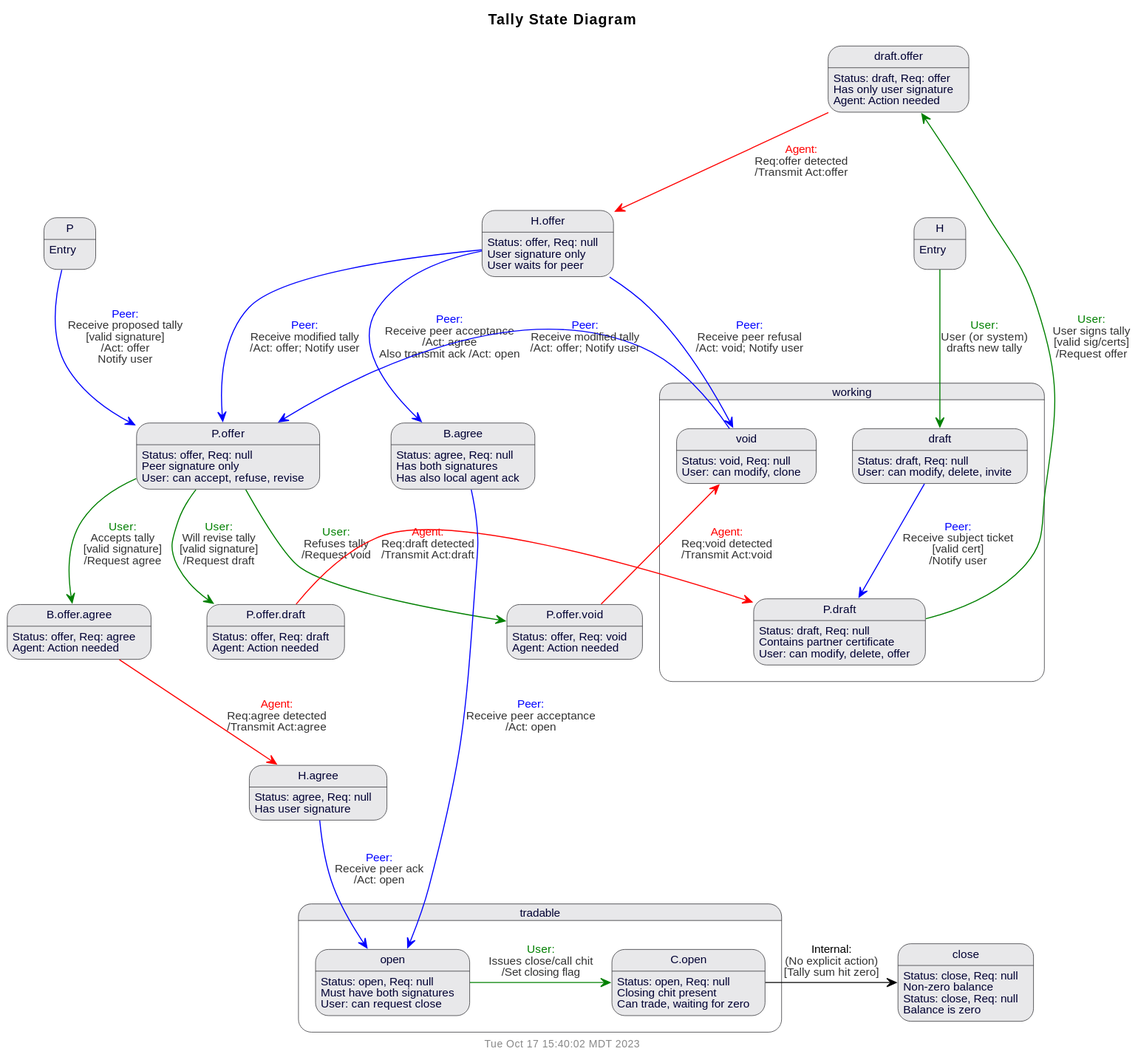
Before: doc/uml/state-tally.svg, a diagram exported from PlantUML (gotchoices/MyCHIPs).
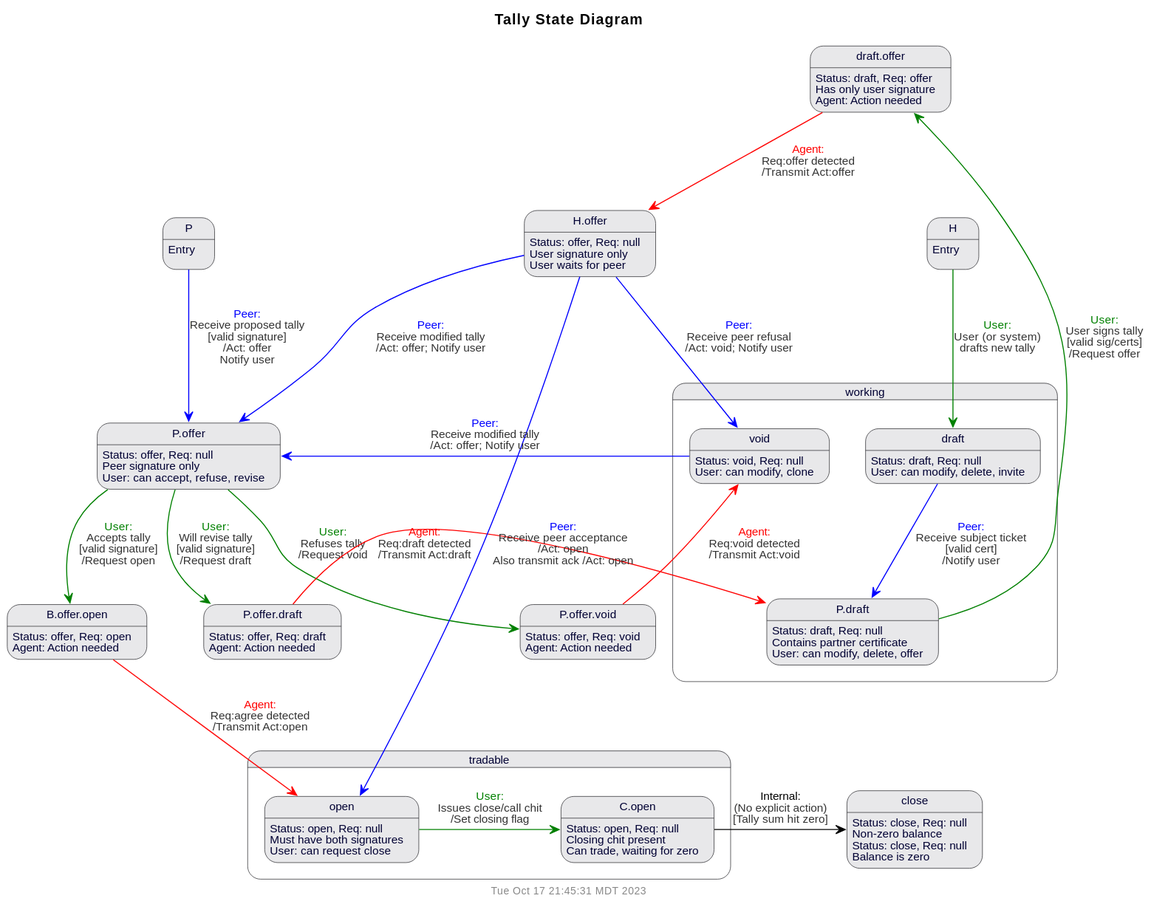
After the commit.

Commit message:
Revert to not use agree phase anymore

What changed in the source:
```diff
@@ -4,7 +4,7 @@
 $title(Tally State Diagram)
 state "P.offer.void" as pOfferVoid
 state "P.offer.draft" as pOfferDraft
-state "B.offer.agree" as BOfferAgree
+state "B.offer.open" as BOfferOpen
 state "draft.offer" as draftOffer
 state working {
   state "P.draft" as pDraft
@@ -17,8 +17,6 @@
 }
 state "P.offer" as pOffer
 state "H.offer" as hOffer
-state "H.agree" as hAgree
-state "B.agree" as bAgree
 state "close" as close
 
 P : Entry
@@ -29,8 +27,8 @@
 pOfferDraft : Status: offer, Req: draft
 pOfferDraft : Agent: Action needed
 
-BOfferAgree : Status: offer, Req: agree
-BOfferAgree : Agent: Action needed
+BOfferOpen : Status: offer, Req: open
+BOfferOpen : Agent: Action needed
 
 draft : Status: draft, Req: null
 draft : User: can modify, delete, invite
@@ -54,12 +52,7 @@
 hOffer : User signature only
 hOffer : User waits for peer
 
-hAgree : Status: agree, Req: null
-hAgree : Has user signature
 
-bAgree : Status: agree, Req: null
-bAgree : Has both signatures
-bAgree : Has also local agent ack
 
 open : Status: open, Req: null
 open : Must have both signatures
@@ -86,15 +79,13 @@
 pOffer -[$user]-> pOfferDraft : $trans($user,Will revise tally,valid signature, Request draft)
 pOfferDraft -[$db]-> pDraft : $trans($db,Req:draft detected,'',Transmit Act:draft)
 
-pOffer -[$user]-> BOfferAgree : $trans($user,Accepts tally,valid signature, Request agree)
+pOffer -[$user]-> BOfferOpen : $trans($user,Accepts tally,valid signature, Request open)
 
-BOfferAgree -[$db]-> hAgree : $trans($db,Req:agree detected,'',Transmit Act:agree)
-hAgree -[$peer]-> open : $trans($peer, Receive peer ack, '', Act: open)
+BOfferOpen -[$db]-> open : $trans($db,Req:agree detected,'',Transmit Act:open)
 
 draftOffer -[$db]-> hOffer : $trans($db,Req:offer detected,,Transmit Act:offer)
 
-hOffer -[$peer]-> bAgree : $trans($peer, Receive peer acceptance, '', Act: agree\nAlso transmit ack /Act: open)
-bAgree -[$peer]-> open : $trans($peer, Receive peer acceptance, '', Act: open)
+hOffer -[$peer]-> open : $trans($peer, Receive peer acceptance, '', Act: open\nAlso transmit ack /Act: open)
 
 hOffer -[$peer]-> void : $trans($peer,Receive peer refusal, '', Act: void; Notify user)
 hOffer -[$peer]-> pOffer : $trans($peer,Receive modified tally, '', Act: offer; Notify user)
```
